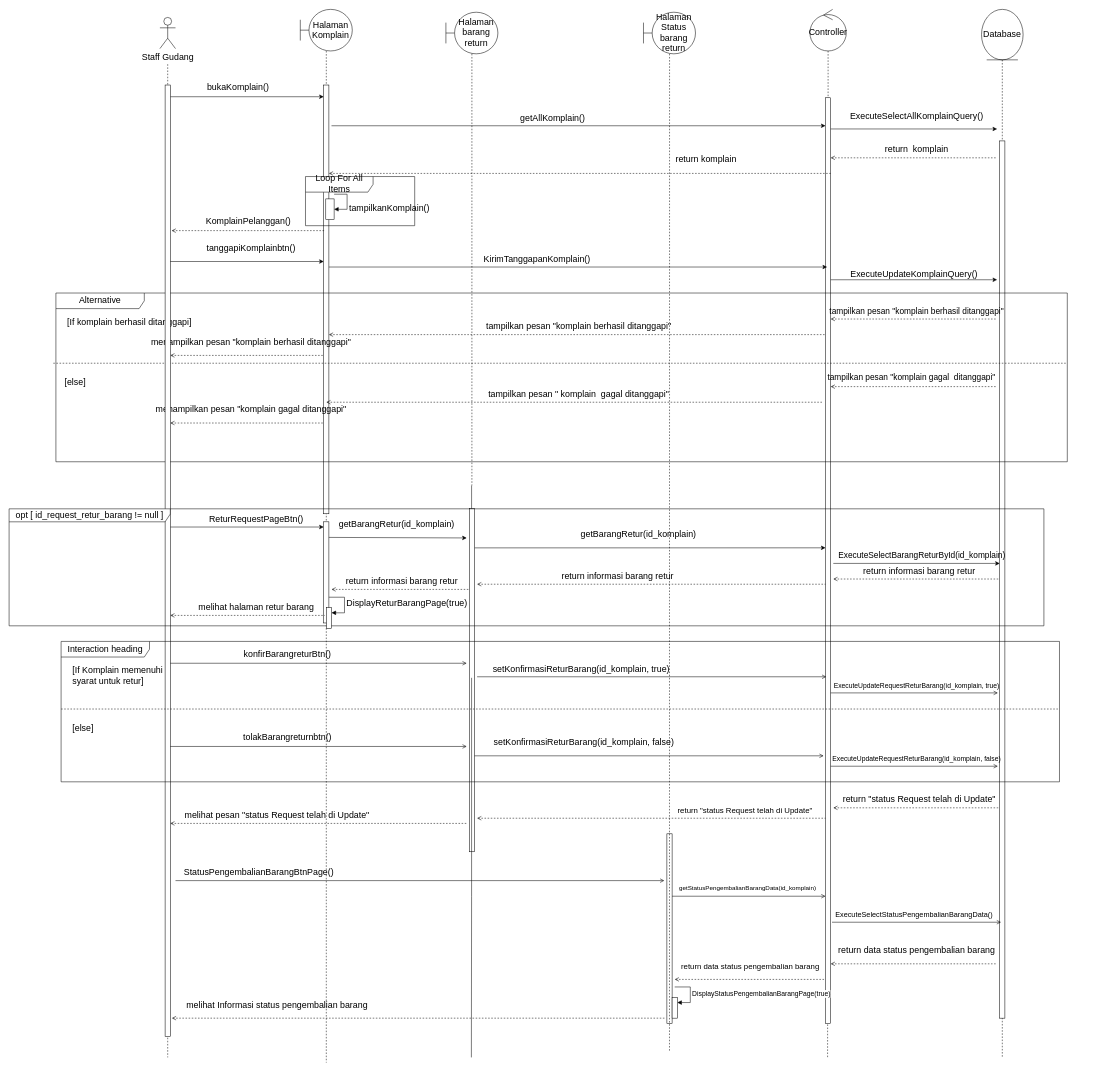
Earlier version of the draw.io diagram page "Fitur komplain dan return barang" (5 of 31) of FIxed/Sequence Complete .drawio (AriqFaridzki/SE-UTS-2023). Source tidied: cells renumbered, new cells numbered last; positions are measured from the earlier drawing's top-left corner, leaving out a move shared by most shapes. Both pictures are drawn from the tidied source at 52%, with x=0, y=0 at pixel (9, 9).
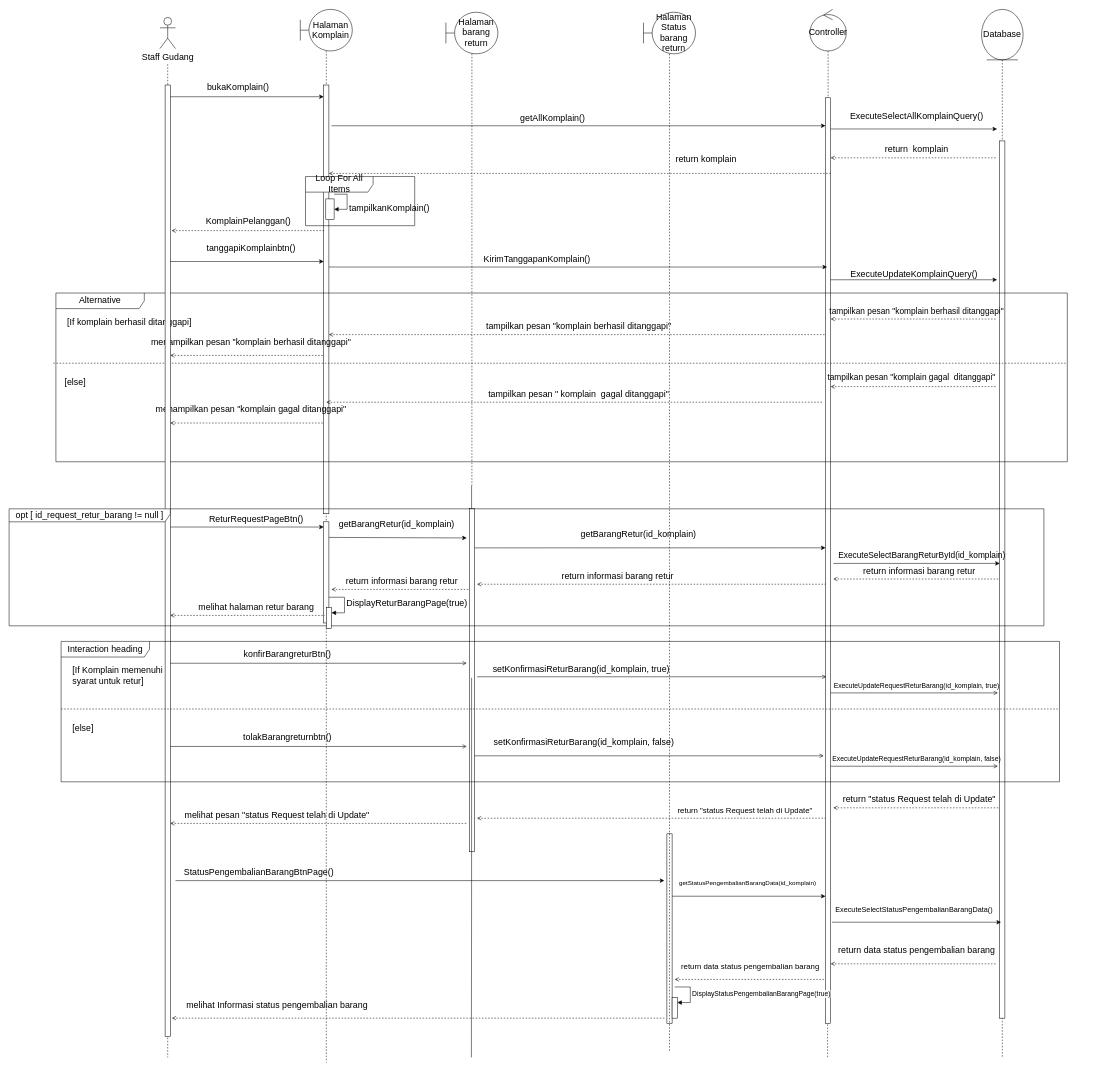
After the change.

The change refers to these unchanged cells:
```xml
<mxCell id="2" style="group;fontSize=17;" parent="1" vertex="1">
  <mxGeometry x="560" y="0.5" width="1510" height="2010" as="geometry" />
</mxCell>
<mxCell id="8" style="html=1;points=[];perimeter=orthogonalPerimeter;outlineConnect=0;targetShapes=umlLifeline;portConstraint=eastwest;newEdgeStyle={&quot;edgeStyle&quot;:&quot;elbowEdgeStyle&quot;,&quot;elbow&quot;:&quot;vertical&quot;,&quot;curved&quot;:0,&quot;rounded&quot;:0};fontSize=17;" parent="2" vertex="1">
  <mxGeometry x="1010" y="170" width="10" height="1780" as="geometry" />
</mxCell>
```

The edit, as a diff of the source:
```diff
@@
-    <mxCell id="57" style="endArrow=open;html=1;rounded=0;endFill=0;fontSize=17;" parent="2" edge="1" target="8">
+    <mxCell id="57" style="endArrow=classic;html=1;rounded=0;endFill=1;fontSize=17;" parent="2" edge="1" target="8">
       <mxGeometry relative="1" as="geometry">
         <mxPoint x="715" y="1705.5" as="sourcePoint" />
       </mxGeometry>
     </mxCell>
@@
-    <mxCell id="73" style="endArrow=open;html=1;rounded=0;endFill=0;fontSize=17;" parent="2" edge="1">
+    <mxCell id="73" style="endArrow=classic;html=1;rounded=0;endFill=1;fontSize=17;" parent="2" edge="1">
       <mxGeometry relative="1" as="geometry">
         <mxPoint x="1022.5" y="1755.5" as="sourcePoint" />
         <mxPoint x="1347.5" y="1755.5" as="targetPoint" />
       </mxGeometry>
     </mxCell>
     <mxCell id="74" value="ExecuteSelectStatusPengembalianBarangData()" style="text;html=1;align=center;verticalAlign=middle;strokeColor=none;fillColor=none;fontSize=14;fontFamily=Helvetica;fontColor=default;" parent="2" vertex="1">
-      <mxGeometry x="1015" y="1725.5" width="330" height="30" as="geometry" />
+      <mxGeometry x="1015" y="1715.5" width="330" height="30" as="geometry" />
     </mxCell>
@@
     <mxCell id="80" value="getStatusPengembalianBarangData(id_komplain)" style="text;html=1;align=center;verticalAlign=middle;strokeColor=none;fillColor=none;fontSize=12;fontFamily=Helvetica;fontColor=default;" parent="2" vertex="1">
-      <mxGeometry x="710" y="1675.5" width="300" height="30" as="geometry" />
+      <mxGeometry x="710" y="1665.5" width="300" height="30" as="geometry" />
     </mxCell>
@@
-    <mxCell id="105" style="endArrow=open;html=1;rounded=0;endFill=0;fontSize=17;" parent="1" edge="1">
+    <mxCell id="105" style="endArrow=classic;html=1;rounded=0;endFill=1;fontSize=17;" parent="1" edge="1">
       <mxGeometry relative="1" as="geometry">
         <mxPoint x="320" y="1676" as="sourcePoint" />
         <mxPoint x="1260" y="1676" as="targetPoint" />
       </mxGeometry>
     </mxCell>
```
